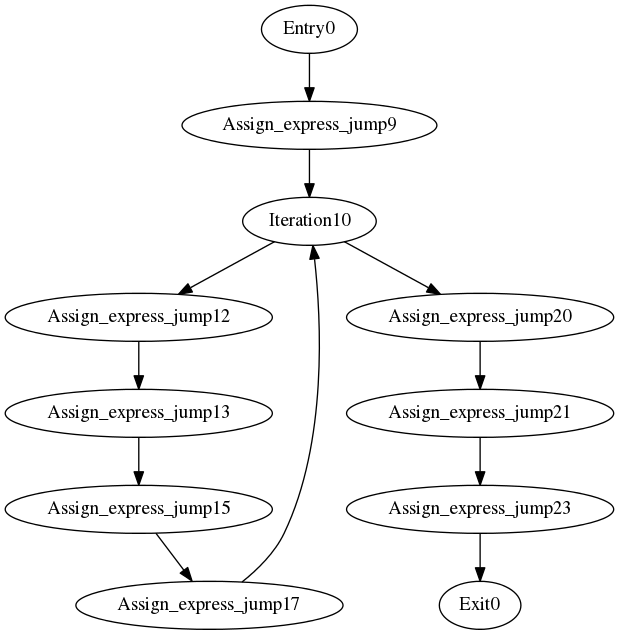
This is cfg.png from fengcc/ProgramSlicing, a Graphviz export, as it was before one commit. Its source is kept beside it as cfg.dot.
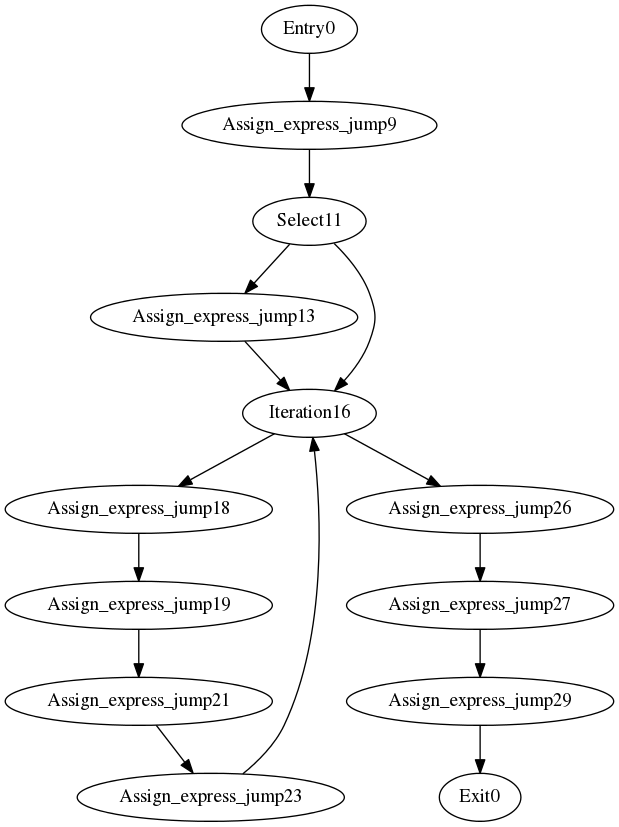
After the change.

Change to the diagram source:
```diff
@@ -1,13 +1,16 @@
 digraph CFG {
 	Entry0 -> Assign_express_jump9
-	Assign_express_jump9 -> Iteration10
-	Iteration10 -> Assign_express_jump12
-	Assign_express_jump12 -> Assign_express_jump13
-	Assign_express_jump13 -> Assign_express_jump15
-	Assign_express_jump15 -> Assign_express_jump17
-	Assign_express_jump17 -> Iteration10
-	Iteration10 -> Assign_express_jump20
-	Assign_express_jump20 -> Assign_express_jump21
+	Assign_express_jump9 -> Select11
+	Select11 -> Assign_express_jump13
+	Assign_express_jump13 -> Iteration16
+	Iteration16 -> Assign_express_jump18
+	Assign_express_jump18 -> Assign_express_jump19
+	Assign_express_jump19 -> Assign_express_jump21
 	Assign_express_jump21 -> Assign_express_jump23
-	Assign_express_jump23 -> Exit0
+	Assign_express_jump23 -> Iteration16
+	Iteration16 -> Assign_express_jump26
+	Assign_express_jump26 -> Assign_express_jump27
+	Assign_express_jump27 -> Assign_express_jump29
+	Assign_express_jump29 -> Exit0
+	Select11 -> Iteration16
 }
```
